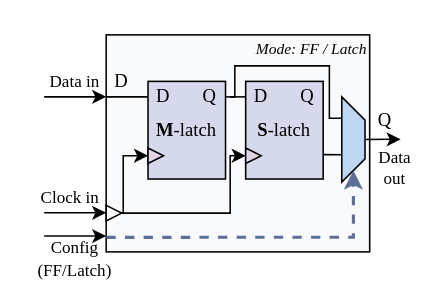
kxzhu0505/TIRL keeps this draw.io diagram as latch.drawio. Above is the earlier version. Source tidied: cells renumbered, new cells numbered last; positions are measured from the earlier drawing's top-left corner, leaving out a move shared by most shapes. Both pictures are drawn from the tidied source at 155%, with x=0, y=0 at pixel (28, 26).
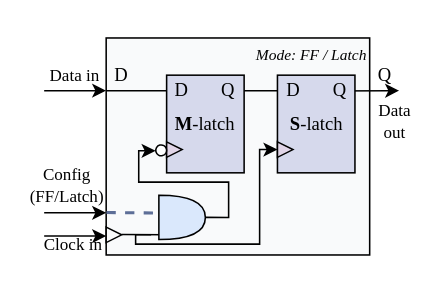
After the change.

The change refers to these unchanged cells:
```xml
<mxCell id="24" style="triangle;whiteSpace=wrap;html=1;strokeWidth=1;fillColor=#e1d5e7;strokeColor=#000000;fontFamily=Times New Roman;" parent="22" vertex="1">
  <mxGeometry y="43" width="10" height="10" as="geometry" />
</mxCell>
<mxCell id="25" value="D" style="text;html=1;align=center;verticalAlign=middle;whiteSpace=wrap;rounded=0;fontFamily=Times New Roman;" parent="22" vertex="1">
  <mxGeometry width="20" height="20" as="geometry" />
</mxCell>
<mxCell id="26" value="Q" style="text;html=1;align=center;verticalAlign=middle;whiteSpace=wrap;rounded=0;fontFamily=Times New Roman;" parent="22" vertex="1">
  <mxGeometry x="30" width="20" height="20" as="geometry" />
</mxCell>
<mxCell id="28" value="&lt;b&gt;S&lt;/b&gt;-latch" style="rounded=0;whiteSpace=wrap;html=1;fillColor=#D6D9EC;strokeColor=light-dark(#000000, #9577a3);strokeWidth=1;fontFamily=Times New Roman;" parent="27" vertex="1">
  <mxGeometry width="50" height="63" as="geometry" />
</mxCell>
<mxCell id="29" style="triangle;whiteSpace=wrap;html=1;strokeWidth=1;fillColor=#e1d5e7;strokeColor=#000000;fontFamily=Times New Roman;" parent="27" vertex="1">
  <mxGeometry y="43" width="10" height="10" as="geometry" />
</mxCell>
<mxCell id="30" value="D" style="text;html=1;align=center;verticalAlign=middle;whiteSpace=wrap;rounded=0;fontFamily=Times New Roman;" parent="27" vertex="1">
  <mxGeometry width="20" height="20" as="geometry" />
</mxCell>
```

Diff of the diagram source:
```diff
@@
     <mxCell id="2" style="rounded=0;whiteSpace=wrap;html=1;fillColor=#F9FAFB;strokeColor=#000000;strokeWidth=1;fontFamily=Times New Roman;" parent="1" vertex="1">
-      <mxGeometry x="50" y="5" width="170" height="140" as="geometry" />
+      <mxGeometry x="50" y="7" width="170" height="140" as="geometry" />
     </mxCell>
     <mxCell id="3" style="triangle;whiteSpace=wrap;html=1;strokeWidth=1;fillColor=light-dark(#f9fafb, #1d293b);strokeColor=#000000;fontFamily=Times New Roman;" parent="1" vertex="1">
-      <mxGeometry x="50" y="115" width="10" height="10" as="geometry" />
+      <mxGeometry x="50" y="129" width="10" height="10" as="geometry" />
     </mxCell>
-    <mxCell id="4" style="endArrow=classic;html=1;rounded=0;exitX=1;exitY=0.5;exitDx=0;exitDy=0;edgeStyle=orthogonalEdgeStyle;strokeWidth=1;endFill=1;fontFamily=Times New Roman;entryX=0;entryY=0.5;entryDx=0;entryDy=0;" parent="1" edge="1" target="24">
-      <mxGeometry relative="1" as="geometry">
-        <mxPoint x="61" y="120" as="sourcePoint" />
-        <Array as="points">
-          <mxPoint x="61" y="83" />
-        </Array>
-      </mxGeometry>
-    </mxCell>
-    <mxCell id="5" style="endArrow=classic;html=1;rounded=0;exitX=1;exitY=0.5;exitDx=0;exitDy=0;entryX=0;entryY=0.5;entryDx=0;entryDy=0;edgeStyle=orthogonalEdgeStyle;strokeWidth=1;endFill=1;fontFamily=Times New Roman;" parent="1" edge="1" source="3" target="29">
+    <mxCell id="5" style="endArrow=classic;html=1;rounded=0;edgeStyle=orthogonalEdgeStyle;strokeWidth=1;endFill=1;fontFamily=Times New Roman;exitX=1;exitY=0.5;exitDx=0;exitDy=0;exitPerimeter=0;entryX=1.01;entryY=0.591;entryDx=0;entryDy=0;entryPerimeter=0;" parent="1" edge="1" source="35" target="37">
       <mxGeometry relative="1" as="geometry">
         <Array as="points">
-          <mxPoint x="130" y="120" />
-          <mxPoint x="130" y="83" />
+          <mxPoint x="129" y="123" />
+          <mxPoint x="129" y="100" />
+          <mxPoint x="71" y="100" />
+          <mxPoint x="71" y="80" />
         </Array>
       </mxGeometry>
     </mxCell>
     <mxCell id="6" value="D" style="text;html=1;align=center;verticalAlign=middle;whiteSpace=wrap;rounded=0;fontFamily=Times New Roman;" parent="1" vertex="1">
-      <mxGeometry x="50" y="25" width="20" height="20" as="geometry" />
+      <mxGeometry x="50" y="21" width="20" height="20" as="geometry" />
     </mxCell>
     <mxCell id="7" style="endArrow=none;html=1;rounded=0;strokeWidth=1;endFill=1;fontFamily=Times New Roman;startFill=0;entryX=0;entryY=0.5;entryDx=0;entryDy=0;" parent="1" edge="1" target="25">
       <mxGeometry relative="1" as="geometry">
-        <mxPoint x="50" y="45" as="sourcePoint" />
+        <mxPoint x="50" y="41" as="sourcePoint" />
       </mxGeometry>
     </mxCell>
-    <mxCell id="8" style="endArrow=none;html=1;rounded=0;strokeWidth=1;endFill=0;entryX=0.673;entryY=0.978;entryDx=0;entryDy=0;entryPerimeter=0;fontFamily=Times New Roman;edgeStyle=orthogonalEdgeStyle;exitX=1;exitY=0.75;exitDx=0;exitDy=0;" parent="1" edge="1" source="28" target="10">
-      <mxGeometry relative="1" as="geometry" />
-    </mxCell>
-    <mxCell id="9" style="endArrow=none;html=1;rounded=0;strokeWidth=1;edgeStyle=orthogonalEdgeStyle;endFill=0;entryX=0.25;entryY=1;entryDx=0;entryDy=0;fontFamily=Times New Roman;exitX=1;exitY=0.5;exitDx=0;exitDy=0;" parent="1" edge="1">
-      <mxGeometry relative="1" as="geometry">
-        <mxPoint x="130" y="45" as="sourcePoint" />
-        <mxPoint x="205" y="58.8" as="targetPoint" />
-        <Array as="points">
-          <mxPoint x="133" y="45" />
-          <mxPoint x="133" y="25" />
-          <mxPoint x="194" y="25" />
-          <mxPoint x="194" y="59" />
-        </Array>
-      </mxGeometry>
-    </mxCell>
-    <mxCell id="10" style="shape=trapezoid;perimeter=trapezoidPerimeter;whiteSpace=wrap;html=1;fixedSize=1;rotation=90;size=15;strokeWidth=1;fillColor=#BDD6F2;strokeColor=#000000;fontFamily=Times New Roman;" parent="1" vertex="1">
-      <mxGeometry x="182" y="65" width="55" height="15" as="geometry" />
-    </mxCell>
     <mxCell id="11" value="Q" style="text;html=1;align=center;verticalAlign=middle;whiteSpace=wrap;rounded=0;fontFamily=Times New Roman;" parent="1" vertex="1">
-      <mxGeometry x="220" y="50" width="20" height="20" as="geometry" />
+      <mxGeometry x="220" y="21" width="20" height="20" as="geometry" />
     </mxCell>
     <mxCell id="12" value="Data in" style="text;html=1;align=center;verticalAlign=middle;whiteSpace=wrap;rounded=0;fontFamily=Times New Roman;fontSize=11;" parent="1" vertex="1">
-      <mxGeometry x="5" y="20" width="50" height="30" as="geometry" />
+      <mxGeometry x="5" y="16" width="50" height="30" as="geometry" />
     </mxCell>
     <mxCell id="13" style="endArrow=classic;html=1;rounded=0;fontFamily=Times New Roman;" parent="1" edge="1">
       <mxGeometry relative="1" as="geometry">
-        <mxPoint x="10" y="45" as="sourcePoint" />
-        <mxPoint x="50" y="45" as="targetPoint" />
+        <mxPoint x="10" y="41" as="sourcePoint" />
+        <mxPoint x="50" y="41" as="targetPoint" />
       </mxGeometry>
     </mxCell>
@@
-    <mxCell id="15" value="Clock in" style="text;html=1;align=center;verticalAlign=middle;whiteSpace=wrap;rounded=0;fontFamily=Times New Roman;fontSize=11;" parent="1" vertex="1">
-      <mxGeometry x="2" y="95" width="50" height="30" as="geometry" />
+    <mxCell id="15" value="Config (FF/Latch)" style="text;html=1;align=center;verticalAlign=middle;whiteSpace=wrap;rounded=0;fontFamily=Times New Roman;fontSize=11;" parent="1" vertex="1">
+      <mxGeometry y="87" width="50" height="30" as="geometry" />
     </mxCell>
     <mxCell id="16" value="&lt;span style=&quot;background-color: transparent; color: light-dark(rgb(0, 0, 0), rgb(255, 255, 255));&quot;&gt;Data&lt;/span&gt;&lt;br&gt;&lt;div&gt;out&lt;/div&gt;" style="text;html=1;align=center;verticalAlign=middle;whiteSpace=wrap;rounded=0;fontFamily=Times New Roman;fontSize=11;" parent="1" vertex="1">
-      <mxGeometry x="219" y="76" width="35" height="30" as="geometry" />
+      <mxGeometry x="219" y="46" width="35" height="30" as="geometry" />
     </mxCell>
-    <mxCell id="17" style="endArrow=classic;html=1;rounded=0;fontFamily=Times New Roman;exitX=0.5;exitY=0;exitDx=0;exitDy=0;" parent="1" edge="1" source="10">
+    <mxCell id="17" style="endArrow=classic;html=1;rounded=0;fontFamily=Times New Roman;exitX=0.5;exitY=0;exitDx=0;exitDy=0;" parent="1" edge="1">
       <mxGeometry relative="1" as="geometry">
-        <mxPoint x="240" y="72.3" as="targetPoint" />
+        <mxPoint x="190" y="41.2" as="sourcePoint" />
+        <mxPoint x="239" y="41" as="targetPoint" />
       </mxGeometry>
     </mxCell>
-    <mxCell id="18" style="endArrow=classic;html=1;rounded=0;entryX=1;entryY=0.5;entryDx=0;entryDy=0;exitX=0.001;exitY=0.933;exitDx=0;exitDy=0;exitPerimeter=0;strokeWidth=2;endFill=1;fontFamily=Times New Roman;edgeStyle=orthogonalEdgeStyle;strokeColor=#5D6E97;dashed=1;" parent="1" edge="1" source="2" target="10">
+    <mxCell id="18" style="endArrow=none;html=1;rounded=0;exitX=0.001;exitY=0.933;exitDx=0;exitDy=0;exitPerimeter=0;strokeWidth=2;endFill=1;fontFamily=Times New Roman;strokeColor=#5D6E97;dashed=1;startFill=0;" parent="1" edge="1">
       <mxGeometry relative="1" as="geometry">
-        <Array as="points">
-          <mxPoint x="210" y="135" />
-          <mxPoint x="210" y="92" />
-        </Array>
+        <mxPoint x="50.2" y="119.6" as="sourcePoint" />
+        <mxPoint x="89" y="120" as="targetPoint" />
       </mxGeometry>
     </mxCell>
@@
-    <mxCell id="20" value="&lt;code&gt;&lt;font face=&quot;Times New Roman&quot;&gt;Config (FF/Latch)&lt;/font&gt;&lt;/code&gt;" style="text;html=1;align=center;verticalAlign=middle;whiteSpace=wrap;rounded=0;fontFamily=Times New Roman;fontSize=11;" parent="1" vertex="1">
-      <mxGeometry y="135" width="60" height="30" as="geometry" />
+    <mxCell id="20" value="Clock in" style="text;html=1;align=center;verticalAlign=middle;whiteSpace=wrap;rounded=0;fontFamily=Times New Roman;fontSize=11;" parent="1" vertex="1">
+      <mxGeometry x="-1" y="125" width="60" height="30" as="geometry" />
     </mxCell>
@@
     <mxCell id="22" style="group;" parent="1" vertex="1">
-      <mxGeometry x="77" y="35" width="50" height="63" as="geometry" />
+      <mxGeometry x="89" y="31" width="50" height="63" as="geometry" />
     </mxCell>
@@
     <mxCell id="27" style="group;" parent="1" vertex="1">
-      <mxGeometry x="140" y="35" width="50" height="63" as="geometry" />
+      <mxGeometry x="160.5" y="31" width="50" height="63" as="geometry" />
     </mxCell>
@@
     <mxCell id="32" style="edgeStyle=orthogonalEdgeStyle;rounded=0;jettySize=auto;html=1;entryX=0;entryY=0.5;entryDx=0;entryDy=0;endArrow=none;startFill=0;" parent="1" edge="1" source="26" target="30">
       <mxGeometry relative="1" as="geometry">
         <Array as="points">
-          <mxPoint x="140" y="45" />
-          <mxPoint x="140" y="45" />
+          <mxPoint x="140" y="41" />
+          <mxPoint x="140" y="41" />
         </Array>
       </mxGeometry>
     </mxCell>
     <mxCell id="33" value="&lt;font style=&quot;font-size: 10px;&quot; face=&quot;Times New Roman&quot;&gt;&lt;i&gt;Mode: FF / Latch&lt;/i&gt;&lt;/font&gt;" style="text;whiteSpace=wrap;html=1;" parent="1" vertex="1">
-      <mxGeometry x="145" width="75" height="20" as="geometry" />
+      <mxGeometry x="145" y="4" width="75" height="20" as="geometry" />
     </mxCell>
+    <mxCell id="34" style="endArrow=none;html=1;rounded=0;strokeWidth=1;endFill=1;fontFamily=Times New Roman;startFill=0;entryX=0;entryY=0.293;entryDx=0;entryDy=0;entryPerimeter=0;" parent="1" edge="1">
+      <mxGeometry relative="1" as="geometry">
+        <mxPoint x="60" y="133.8" as="sourcePoint" />
+        <mxPoint x="89" y="133.9" as="targetPoint" />
+      </mxGeometry>
+    </mxCell>
+    <mxCell id="35" style="shape=or;whiteSpace=wrap;html=1;fillColor=#dae8fc;strokeColor=#000000;" parent="1" vertex="1">
+      <mxGeometry x="84" y="108.5" width="30" height="28.5" as="geometry" />
+    </mxCell>
+    <mxCell id="36" style="endArrow=classic;html=1;rounded=0;strokeWidth=1;endFill=1;fontFamily=Times New Roman;entryX=0;entryY=0.5;entryDx=0;entryDy=0;edgeStyle=orthogonalEdgeStyle;" parent="1" edge="1" target="29">
+      <mxGeometry relative="1" as="geometry">
+        <mxPoint x="79" y="134" as="sourcePoint" />
+        <Array as="points">
+          <mxPoint x="69" y="134" />
+          <mxPoint x="69" y="140" />
+          <mxPoint x="149" y="140" />
+          <mxPoint x="149" y="79" />
+        </Array>
+      </mxGeometry>
+    </mxCell>
+    <mxCell id="37" style="ellipse;whiteSpace=wrap;html=1;rotation=75;direction=south;" parent="1" vertex="1">
+      <mxGeometry x="82" y="76" width="7" height="7" as="geometry" />
+    </mxCell>
```
